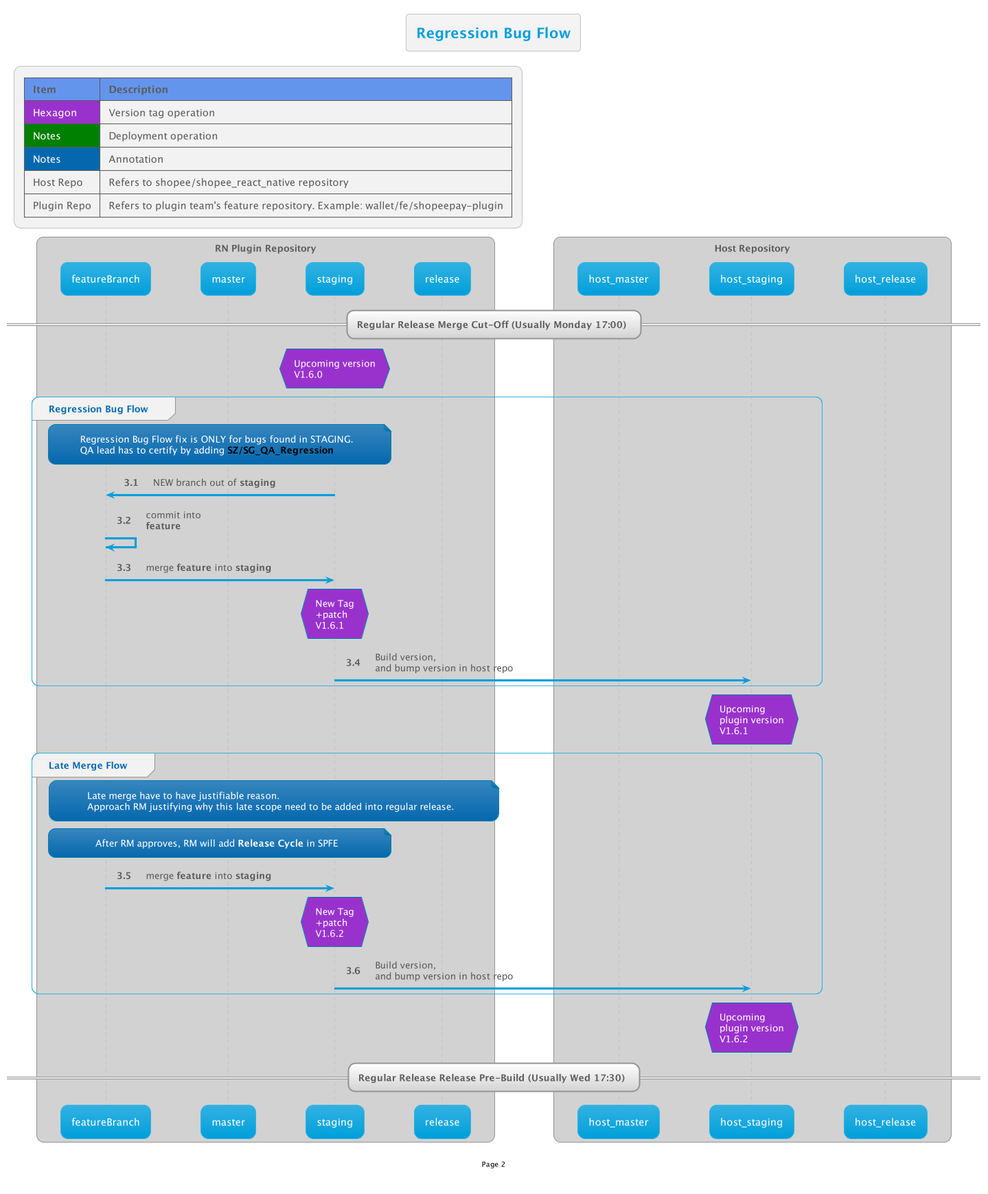
Before: out/RNReview/CodeMergeFlow/2/2.png, a diagram exported from PlantUML (thetomitomo/diagrams).
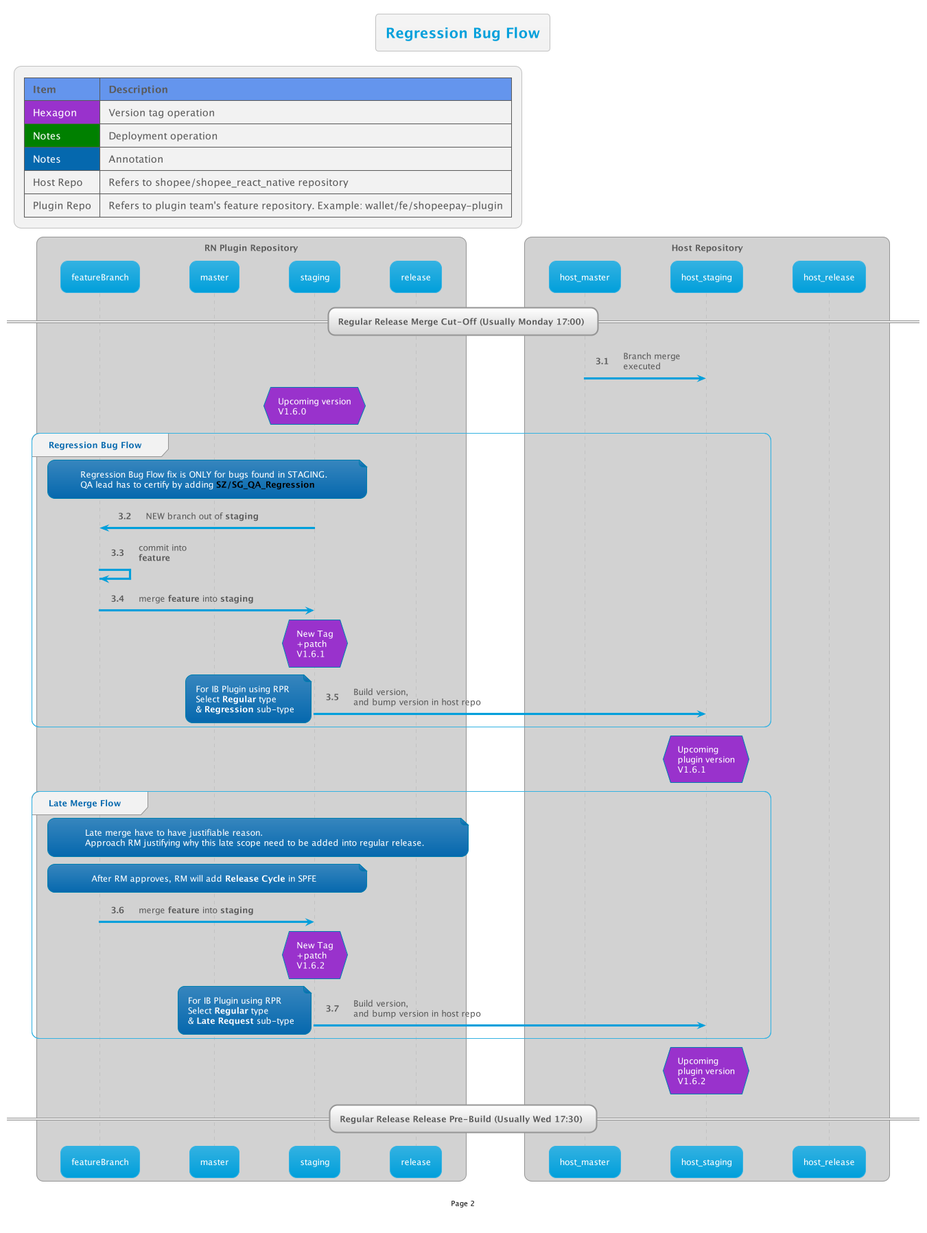
Later version of the same file.

What changed in the source:
```diff
@@ -6,6 +6,8 @@
 title Regression Bug Flow
 
 == Regular Release Merge Cut-Off (Usually Monday 17:00) ==
+
+host_master -> host_staging: Branch merge\nexecuted
 
 hnote over staging #DarkOrchid: Upcoming version\nV1.6.0
 
@@ -16,6 +18,11 @@
     FB -> staging: merge <b>feature</b> into <b>staging</b>
     hnote over staging #DarkOrchid:New Tag\n+patch\nV1.6.1
     staging -> host_staging: Build version,\nand bump version in host repo
+    note left
+        For IB Plugin using RPR
+        Select **Regular** type
+        & **Regression** sub-type
+    end note
 end
 
 hnote over host_staging #DarkOrchid: Upcoming\nplugin version\nV1.6.1
@@ -26,6 +33,11 @@
     FB -> staging: merge <b>feature</b> into <b>staging</b>
     hnote over staging #DarkOrchid:New Tag\n+patch\nV1.6.2
     staging -> host_staging: Build version,\nand bump version in host repo
+    note left
+        For IB Plugin using RPR
+        Select **Regular** type
+        & **Late Request** sub-type
+    end note
 end
 
 hnote over host_staging #DarkOrchid: Upcoming\nplugin version\nV1.6.2
```
